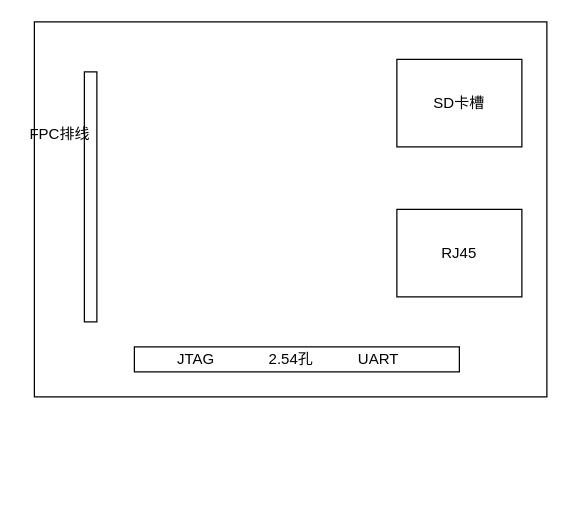
Before: sd.drawio in Momenttt/hellogithub, a draw.io diagram. Source tidied: cells renumbered, new cells numbered last; positions are measured from the earlier drawing's top-left corner, leaving out a move shared by most shapes. Both pictures are drawn from the tidied source at 125%, with x=0, y=0 at pixel (21, 21).
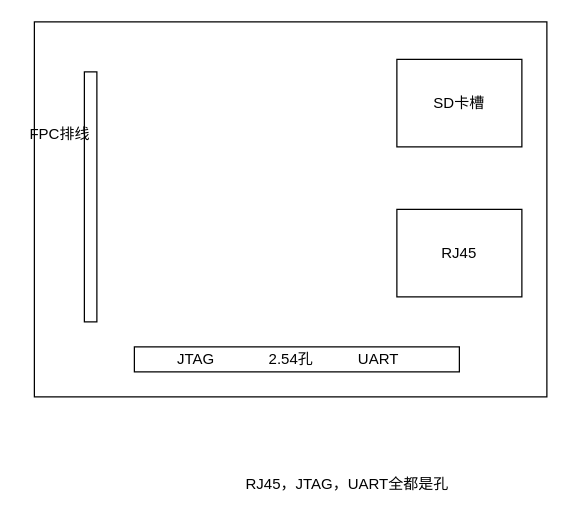
After the change.

Diff of the diagram source:
```diff
@@
 <mxGraphModel>
   <root>
     <mxCell id="0" />
     <mxCell id="1" parent="0" />
     <mxCell id="2" style="rounded=0;whiteSpace=wrap;html=1;" parent="1" vertex="1">
       <mxGeometry x="10" width="410" height="300" as="geometry" />
     </mxCell>
     <mxCell id="3" style="rounded=0;whiteSpace=wrap;html=1;" parent="1" vertex="1">
       <mxGeometry x="50" y="40" width="10" height="200" as="geometry" />
     </mxCell>
     <mxCell id="4" value="FPC排线" style="text;html=1;align=center;verticalAlign=middle;" parent="1" vertex="1">
       <mxGeometry y="80" width="60" height="20" as="geometry" />
     </mxCell>
     <mxCell id="5" value="SD卡槽" style="rounded=0;whiteSpace=wrap;html=1;" parent="1" vertex="1">
       <mxGeometry x="300" y="30" width="100" height="70" as="geometry" />
     </mxCell>
     <mxCell id="6" style="rounded=0;whiteSpace=wrap;html=1;" parent="1" vertex="1">
       <mxGeometry x="90" y="260" width="260" height="20" as="geometry" />
     </mxCell>
     <mxCell id="7" value="2.54孔" style="text;html=1;align=center;verticalAlign=middle;" parent="1" vertex="1">
       <mxGeometry x="190" y="260" width="50" height="20" as="geometry" />
     </mxCell>
     <mxCell id="8" value="JTAG" style="text;html=1;align=center;verticalAlign=middle;" parent="1" vertex="1">
       <mxGeometry x="114" y="260" width="50" height="20" as="geometry" />
     </mxCell>
     <mxCell id="9" value="UART" style="text;html=1;align=center;verticalAlign=middle;" parent="1" vertex="1">
       <mxGeometry x="260" y="260" width="50" height="20" as="geometry" />
     </mxCell>
     <mxCell id="10" value="RJ45" style="rounded=0;whiteSpace=wrap;html=1;" parent="1" vertex="1">
       <mxGeometry x="300" y="150" width="100" height="70" as="geometry" />
     </mxCell>
+    <mxCell id="11" value="RJ45，JTAG，UART全都是孔" style="text;html=1;align=center;verticalAlign=middle;" parent="1" vertex="1">
+      <mxGeometry x="170" y="360" width="180" height="20" as="geometry" />
+    </mxCell>
   </root>
 </mxGraphModel>
```
